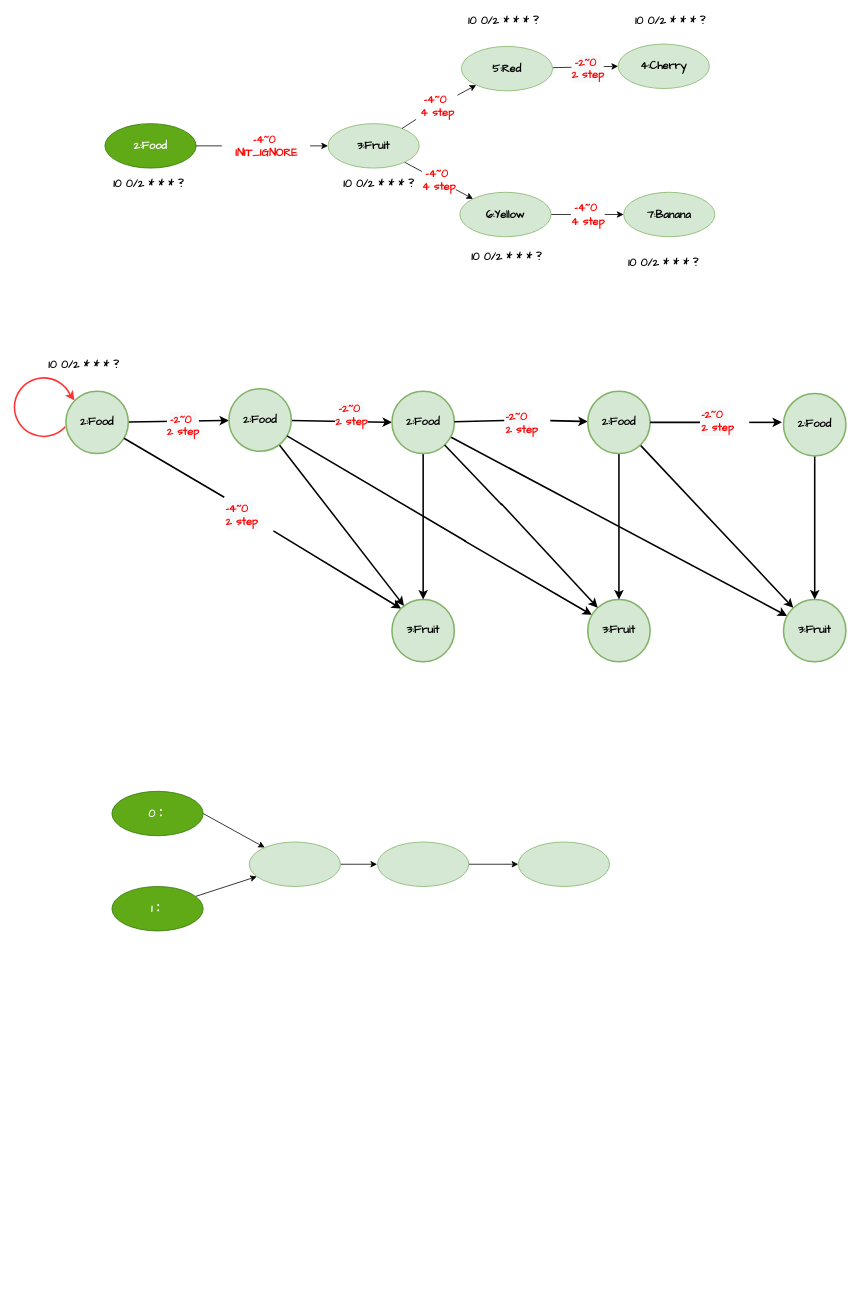
wat1r/geek-algorithm-leetcode keeps this draw.io diagram as src/main/leetcode_manuscripts/draw_io/project_1.drawio. Above is the earlier version. Source tidied: cells renumbered, new cells numbered last; positions are measured from the earlier drawing's top-left corner, leaving out a move shared by most shapes. Both pictures are drawn from the tidied source at 78%, with x=0, y=0 at pixel (14, 13).
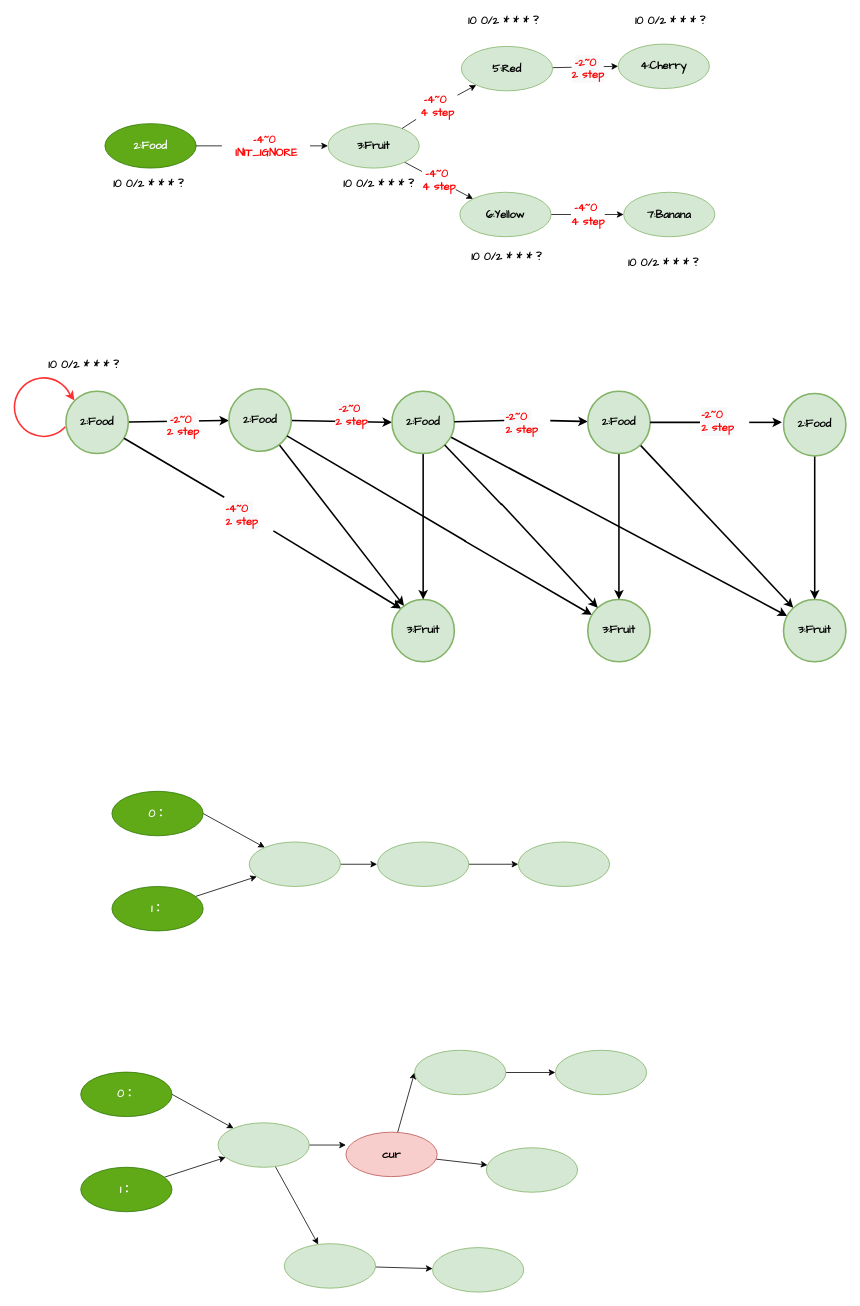
Above is the later version.

Diff of the diagram source:
```diff
@@
+    <mxCell id="65" style="rounded=0;jettySize=auto;html=1;exitX=1;exitY=0.5;exitDx=0;exitDy=0;" parent="1" edge="1" source="66" target="71">
+      <mxGeometry relative="1" as="geometry" />
+    </mxCell>
+    <mxCell id="66" value="0：" style="ellipse;whiteSpace=wrap;html=1;fillColor=#60a917;strokeColor=#2D7600;fontStyle=1;fontFamily=Comic Sans MS;fontSize=14;fontColor=#ffffff;" parent="1" vertex="1">
+      <mxGeometry x="85" y="1357" width="117" height="57" as="geometry" />
+    </mxCell>
+    <mxCell id="67" style="edgeStyle=none;rounded=0;jettySize=auto;html=1;" parent="1" edge="1" source="68" target="71">
+      <mxGeometry relative="1" as="geometry" />
+    </mxCell>
+    <mxCell id="68" value="1：" style="ellipse;whiteSpace=wrap;html=1;fillColor=#60a917;strokeColor=#2D7600;fontStyle=1;fontFamily=Comic Sans MS;fontSize=14;fontColor=#ffffff;" parent="1" vertex="1">
+      <mxGeometry x="85" y="1479" width="117" height="57" as="geometry" />
+    </mxCell>
+    <mxCell id="69" style="edgeStyle=none;rounded=0;jettySize=auto;html=1;" parent="1" edge="1" source="71">
+      <mxGeometry relative="1" as="geometry">
+        <mxPoint x="425" y="1450.5" as="targetPoint" />
+      </mxGeometry>
+    </mxCell>
+    <mxCell id="70" style="edgeStyle=none;rounded=0;jettySize=auto;html=1;" parent="1" edge="1" source="71" target="80">
+      <mxGeometry relative="1" as="geometry" />
+    </mxCell>
+    <mxCell id="71" style="ellipse;whiteSpace=wrap;html=1;fillColor=#d5e8d4;strokeColor=#82b366;fontStyle=1;fontFamily=Comic Sans MS;fontSize=14;" parent="1" vertex="1">
+      <mxGeometry x="261" y="1422" width="117" height="57" as="geometry" />
+    </mxCell>
+    <mxCell id="72" style="edgeStyle=none;rounded=0;jettySize=auto;html=1;" parent="1" edge="1" source="74" target="75">
+      <mxGeometry relative="1" as="geometry" />
+    </mxCell>
+    <mxCell id="73" style="rounded=0;jettySize=auto;html=1;entryX=0;entryY=0.5;entryDx=0;entryDy=0;" parent="1" edge="1" source="74" target="77">
+      <mxGeometry relative="1" as="geometry" />
+    </mxCell>
+    <mxCell id="74" value="cur" style="ellipse;whiteSpace=wrap;html=1;fillColor=#f8cecc;strokeColor=#b85450;fontStyle=1;fontFamily=Comic Sans MS;fontSize=14;" parent="1" vertex="1">
+      <mxGeometry x="425" y="1434" width="117" height="57" as="geometry" />
+    </mxCell>
+    <mxCell id="75" style="ellipse;whiteSpace=wrap;html=1;fillColor=#d5e8d4;strokeColor=#82b366;fontStyle=1;fontFamily=Comic Sans MS;fontSize=14;" parent="1" vertex="1">
+      <mxGeometry x="605" y="1454" width="117" height="57" as="geometry" />
+    </mxCell>
+    <mxCell id="76" style="edgeStyle=none;rounded=0;jettySize=auto;html=1;" parent="1" edge="1" source="77" target="78">
+      <mxGeometry relative="1" as="geometry" />
+    </mxCell>
+    <mxCell id="77" style="ellipse;whiteSpace=wrap;html=1;fillColor=#d5e8d4;strokeColor=#82b366;fontStyle=1;fontFamily=Comic Sans MS;fontSize=14;" parent="1" vertex="1">
+      <mxGeometry x="513" y="1329" width="117" height="57" as="geometry" />
+    </mxCell>
+    <mxCell id="78" style="ellipse;whiteSpace=wrap;html=1;fillColor=#d5e8d4;strokeColor=#82b366;fontStyle=1;fontFamily=Comic Sans MS;fontSize=14;" parent="1" vertex="1">
+      <mxGeometry x="693.5" y="1329" width="117" height="57" as="geometry" />
+    </mxCell>
+    <mxCell id="79" style="edgeStyle=none;rounded=0;jettySize=auto;html=1;" parent="1" edge="1" source="80" target="81">
+      <mxGeometry relative="1" as="geometry" />
+    </mxCell>
+    <mxCell id="80" style="ellipse;whiteSpace=wrap;html=1;fillColor=#d5e8d4;strokeColor=#82b366;fontStyle=1;fontFamily=Comic Sans MS;fontSize=14;" parent="1" vertex="1">
+      <mxGeometry x="346" y="1577" width="117" height="57" as="geometry" />
+    </mxCell>
+    <mxCell id="81" style="ellipse;whiteSpace=wrap;html=1;fillColor=#d5e8d4;strokeColor=#82b366;fontStyle=1;fontFamily=Comic Sans MS;fontSize=14;" parent="1" vertex="1">
+      <mxGeometry x="536" y="1582" width="117" height="57" as="geometry" />
+    </mxCell>
```
